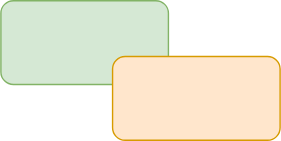
The draw.io diagram workflow.svg in cdupre/leaflet.boating, before a commit. Source tidied: cells renumbered, new cells last; positions are measured from the earlier drawing's top-left corner, leaving out a move shared by most shapes. The source it was exported from:
```xml
<mxGraphModel>
  <root>
    <mxCell id="0" />
    <mxCell id="1" parent="0" />
    <mxCell id="2" style="rounded=1;whiteSpace=wrap;html=1;fillColor=#d5e8d4;strokeColor=#82b366;" parent="1" vertex="1">
      <mxGeometry width="120" height="60" as="geometry" />
    </mxCell>
    <mxCell id="3" style="rounded=1;whiteSpace=wrap;html=1;fillColor=#ffe6cc;strokeColor=#d79b00;" parent="1" vertex="1">
      <mxGeometry x="80" y="40" width="120" height="60" as="geometry" />
    </mxCell>
  </root>
</mxGraphModel>
```
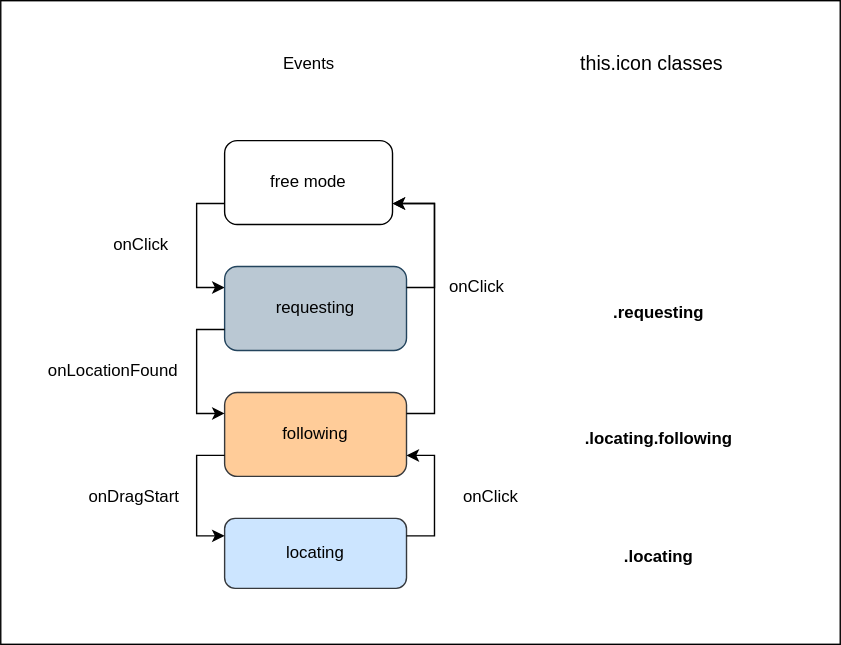
After the commit.

What changed in the source:
```diff
@@ -2,11 +2,76 @@
   <root>
     <mxCell id="0" />
     <mxCell id="1" parent="0" />
+    <mxCell id="4" style="rounded=0;whiteSpace=wrap;html=1;fillColor=#FFFFFF;" parent="1" vertex="1">
+      <mxGeometry x="-110" y="30" width="600" height="460" as="geometry" />
+    </mxCell>
+    <mxCell id="5" style="edgeStyle=orthogonalEdgeStyle;rounded=0;jettySize=auto;html=1;exitX=0;exitY=0.75;exitDx=0;exitDy=0;entryX=0;entryY=0.25;entryDx=0;entryDy=0;strokeColor=#000000;" parent="1" edge="1" source="2" target="3">
+      <mxGeometry relative="1" as="geometry" />
+    </mxCell>
-    <mxCell id="2" style="rounded=1;whiteSpace=wrap;html=1;fillColor=#d5e8d4;strokeColor=#82b366;" parent="1" vertex="1">
-      <mxGeometry width="120" height="60" as="geometry" />
+    <mxCell id="2" value="free mode" style="rounded=1;whiteSpace=wrap;html=1;" parent="1" vertex="1">
+      <mxGeometry x="50" y="130" width="120" height="60" as="geometry" />
     </mxCell>
-    <mxCell id="3" style="rounded=1;whiteSpace=wrap;html=1;fillColor=#ffe6cc;strokeColor=#d79b00;" parent="1" vertex="1">
-      <mxGeometry x="80" y="40" width="120" height="60" as="geometry" />
+    <mxCell id="3" value="requesting" style="rounded=1;whiteSpace=wrap;html=1;fillColor=#bac8d3;strokeColor=#23445d;" parent="1" vertex="1">
+      <mxGeometry x="50" y="220" width="130" height="60" as="geometry" />
     </mxCell>
+    <mxCell id="6" value="&lt;div&gt;locating&lt;/div&gt;" style="rounded=1;whiteSpace=wrap;html=1;fillColor=#cce5ff;strokeColor=#36393d;" parent="1" vertex="1">
+      <mxGeometry x="50" y="400" width="130" height="50" as="geometry" />
+    </mxCell>
+    <mxCell id="7" value="following" style="rounded=1;whiteSpace=wrap;html=1;fillColor=#ffcc99;strokeColor=#36393d;" parent="1" vertex="1">
+      <mxGeometry x="50" y="310" width="130" height="60" as="geometry" />
+    </mxCell>
+    <mxCell id="8" style="edgeStyle=orthogonalEdgeStyle;rounded=0;orthogonalLoop=1;jettySize=auto;html=1;exitX=0.5;exitY=1;exitDx=0;exitDy=0;" parent="1" edge="1" source="6" target="6">
+      <mxGeometry relative="1" as="geometry" />
+    </mxCell>
+    <mxCell id="9" style="edgeStyle=orthogonalEdgeStyle;rounded=0;jettySize=auto;html=1;exitX=0;exitY=0.75;exitDx=0;exitDy=0;entryX=0;entryY=0.25;entryDx=0;entryDy=0;strokeColor=#000000;" parent="1" edge="1" source="3" target="7">
+      <mxGeometry relative="1" as="geometry" />
+    </mxCell>
+    <mxCell id="10" style="edgeStyle=orthogonalEdgeStyle;rounded=0;jettySize=auto;html=1;exitX=0;exitY=0.75;exitDx=0;exitDy=0;entryX=0;entryY=0.25;entryDx=0;entryDy=0;strokeColor=#000000;" parent="1" edge="1" source="7" target="6">
+      <mxGeometry relative="1" as="geometry" />
+    </mxCell>
+    <mxCell id="11" style="edgeStyle=orthogonalEdgeStyle;rounded=0;jettySize=auto;html=1;exitX=1;exitY=0.25;exitDx=0;exitDy=0;entryX=1;entryY=0.75;entryDx=0;entryDy=0;strokeColor=#000000;fontColor=#000000;" parent="1" edge="1" source="6" target="7">
+      <mxGeometry relative="1" as="geometry" />
+    </mxCell>
+    <mxCell id="12" style="edgeStyle=orthogonalEdgeStyle;rounded=0;jettySize=auto;html=1;exitX=1;exitY=0.25;exitDx=0;exitDy=0;entryX=1;entryY=0.75;entryDx=0;entryDy=0;strokeColor=#000000;fontColor=#000000;" parent="1" edge="1" source="7" target="2">
+      <mxGeometry relative="1" as="geometry" />
+    </mxCell>
+    <mxCell id="13" style="edgeStyle=orthogonalEdgeStyle;rounded=0;jettySize=auto;html=1;exitX=1;exitY=0.25;exitDx=0;exitDy=0;entryX=1;entryY=0.75;entryDx=0;entryDy=0;strokeColor=#000000;fontColor=#000000;" parent="1" edge="1" source="3" target="2">
+      <mxGeometry relative="1" as="geometry">
+        <Array as="points">
+          <mxPoint x="200" y="235" />
+          <mxPoint x="200" y="175" />
+        </Array>
+      </mxGeometry>
+    </mxCell>
+    <mxCell id="14" value="onClick" style="text;html=1;align=center;verticalAlign=middle;strokeColor=none;fillColor=none;" parent="1" vertex="1">
+      <mxGeometry x="-40" y="190" width="60" height="30" as="geometry" />
+    </mxCell>
+    <mxCell id="15" value="&lt;font&gt;onClick&lt;/font&gt;" style="text;html=1;align=center;verticalAlign=middle;strokeColor=none;fillColor=none;fontColor=#000000;" parent="1" vertex="1">
+      <mxGeometry x="200" y="220" width="60" height="30" as="geometry" />
+    </mxCell>
+    <mxCell id="16" value="onClick" style="text;html=1;align=center;verticalAlign=middle;strokeColor=none;fillColor=none;fontColor=#000000;" parent="1" vertex="1">
+      <mxGeometry x="210" y="370" width="60" height="30" as="geometry" />
+    </mxCell>
+    <mxCell id="17" value="onDragStart" style="text;html=1;align=center;verticalAlign=middle;strokeColor=none;fillColor=none;" parent="1" vertex="1">
+      <mxGeometry x="-60" y="370" width="90" height="30" as="geometry" />
+    </mxCell>
+    <mxCell id="18" value="onLocationFound" style="text;html=1;align=center;verticalAlign=middle;strokeColor=none;fillColor=none;" parent="1" vertex="1">
+      <mxGeometry x="-90" y="280" width="120" height="30" as="geometry" />
+    </mxCell>
+    <mxCell id="19" value="&lt;b&gt;.requesting&lt;/b&gt;" style="text;html=1;align=center;verticalAlign=middle;strokeColor=none;fillColor=none;fontColor=#000000;" parent="1" vertex="1">
+      <mxGeometry x="315" y="237.5" width="90" height="30" as="geometry" />
+    </mxCell>
+    <mxCell id="20" value="&lt;b&gt;.locating.following&lt;/b&gt;" style="text;html=1;align=center;verticalAlign=middle;strokeColor=none;fillColor=none;fontColor=#000000;" parent="1" vertex="1">
+      <mxGeometry x="295" y="327.5" width="130" height="30" as="geometry" />
+    </mxCell>
+    <mxCell id="21" value="&lt;b&gt;.locating&lt;/b&gt;" style="text;html=1;align=center;verticalAlign=middle;strokeColor=none;fillColor=none;fontColor=#000000;" parent="1" vertex="1">
+      <mxGeometry x="325" y="412.5" width="70" height="30" as="geometry" />
+    </mxCell>
+    <mxCell id="22" value="&lt;font style=&quot;font-size: 14px;&quot;&gt;this.icon classes&lt;/font&gt;" style="text;html=1;align=center;verticalAlign=middle;strokeColor=none;fillColor=none;fontColor=#000000;" parent="1" vertex="1">
+      <mxGeometry x="290" y="60" width="130" height="30" as="geometry" />
+    </mxCell>
+    <mxCell id="23" value="Events" style="text;html=1;align=center;verticalAlign=middle;strokeColor=none;fillColor=none;fontColor=#000000;" parent="1" vertex="1">
+      <mxGeometry x="80" y="60" width="60" height="30" as="geometry" />
+    </mxCell>
   </root>
 </mxGraphModel>
```
